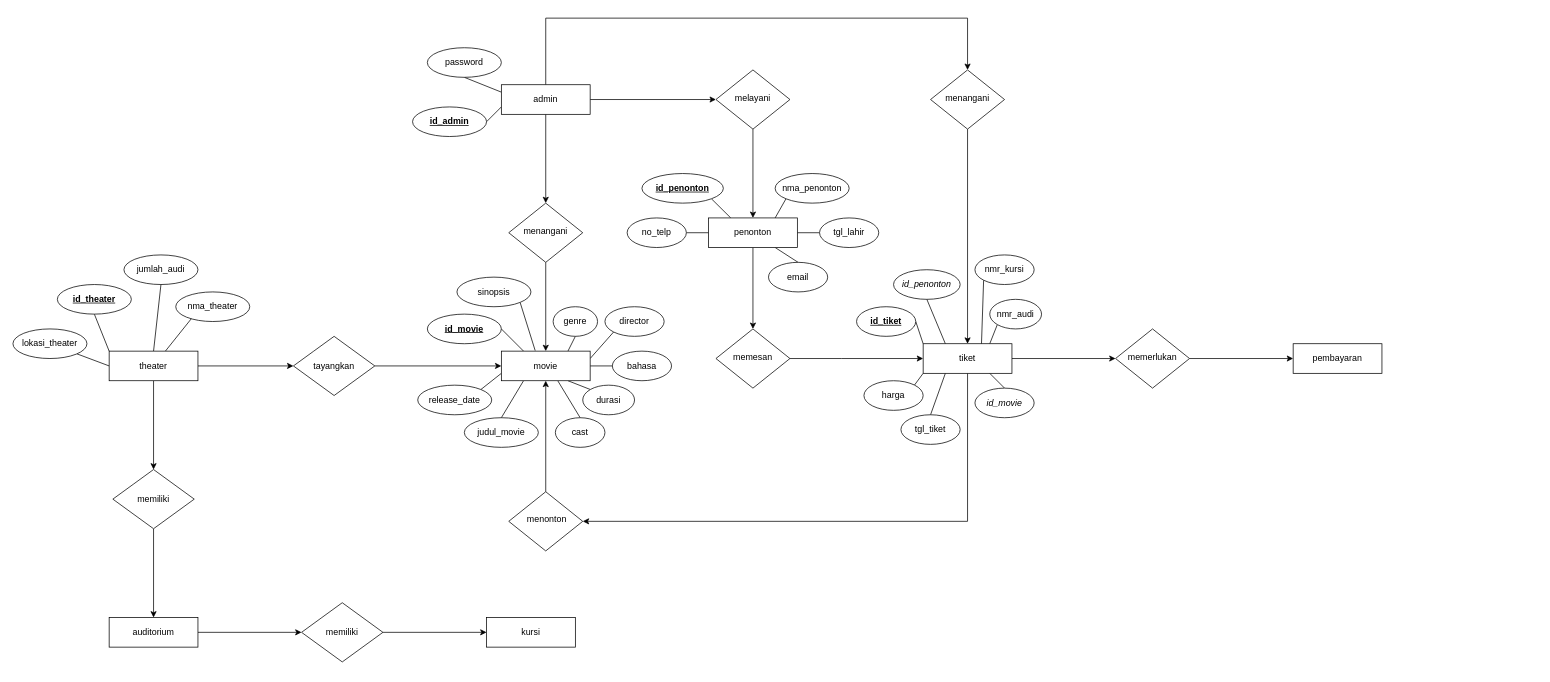
This is movie_erd.drawio from vinnnna/sistem-basis-data, a draw.io file, before an edit. Source tidied: cells renumbered, new cells numbered last; positions are measured from the earlier drawing's top-left corner, leaving out a move shared by most shapes. Both pictures are drawn from the tidied source at 74%, with x=0, y=0 at pixel (13, 18).
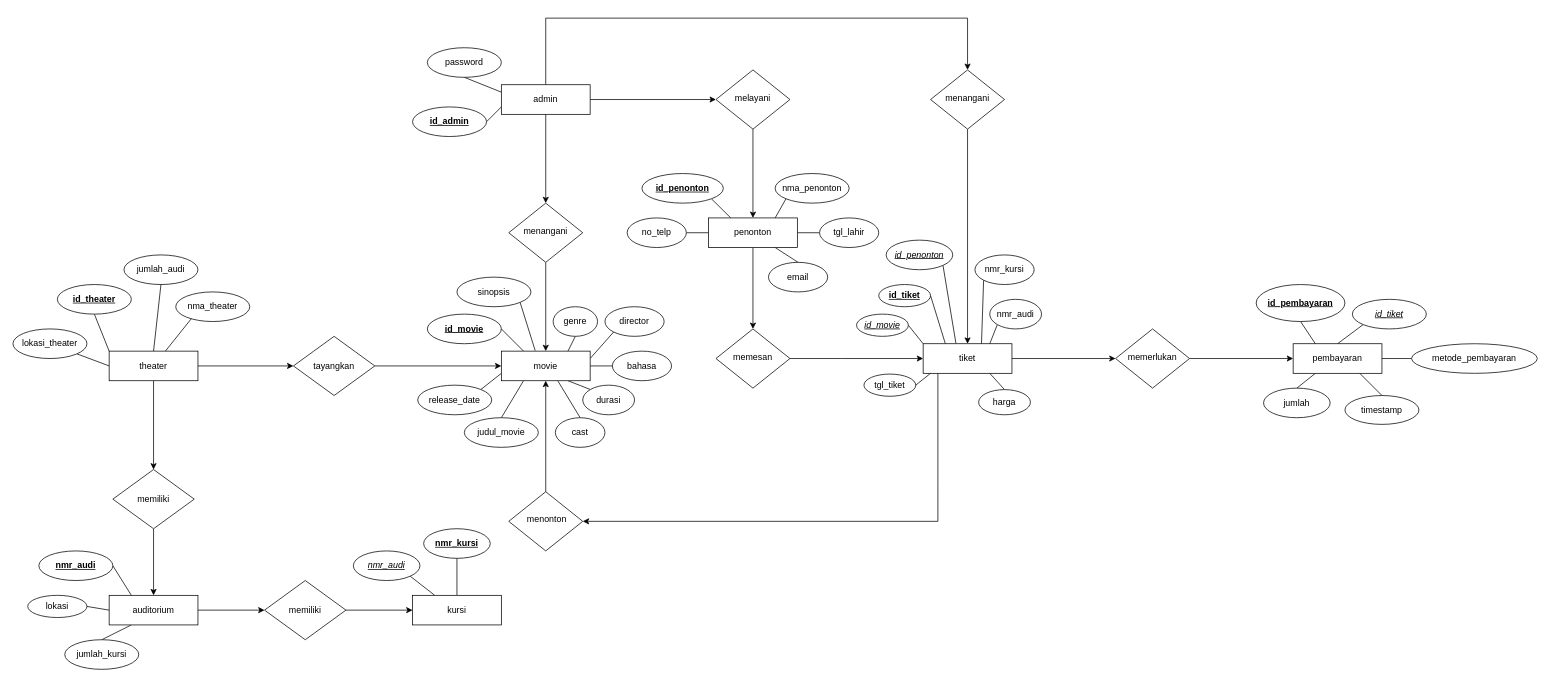
The same page after the edit.

Unchanged cells that the change refers to:
```xml
<mxCell id="38" value="tiket" style="rounded=1;whiteSpace=wrap;html=1;fontSize=12;glass=0;strokeWidth=1;shadow=0;arcSize=0;" parent="1" vertex="1">
  <mxGeometry x="1230" y="440" width="120" height="40" as="geometry" />
</mxCell>
<mxCell id="39" value="pembayaran" style="rounded=1;whiteSpace=wrap;html=1;fontSize=12;glass=0;strokeWidth=1;shadow=0;arcSize=0;" parent="1" vertex="1">
  <mxGeometry x="1730" y="440" width="120" height="40" as="geometry" />
</mxCell>
<mxCell id="43" value="&amp;nbsp;menonton" style="rhombus;whiteSpace=wrap;html=1;shadow=0;fontFamily=Helvetica;fontSize=12;align=center;strokeWidth=1;spacing=6;spacingTop=-4;" parent="1" vertex="1">
  <mxGeometry x="670" y="640" width="100" height="80" as="geometry" />
</mxCell>
```

Diff of the diagram source:
```diff
@@
-    <mxCell id="30" style="edgeStyle=orthogonalEdgeStyle;rounded=0;jettySize=auto;html=1;exitX=0.5;exitY=1;exitDx=0;exitDy=0;entryX=1;entryY=0.5;entryDx=0;entryDy=0;" parent="1" edge="1" source="38" target="43">
+    <mxCell id="30" style="edgeStyle=orthogonalEdgeStyle;rounded=0;jettySize=auto;html=1;exitX=0.166;exitY=0.983;exitDx=0;exitDy=0;entryX=1;entryY=0.5;entryDx=0;entryDy=0;exitPerimeter=0;" parent="1" edge="1" source="38" target="43">
       <mxGeometry relative="1" as="geometry">
         <Array as="points">
-          <mxPoint x="1290" y="680" />
+          <mxPoint x="1250" y="680" />
         </Array>
       </mxGeometry>
     </mxCell>
-    <mxCell id="31" style="rounded=0;jettySize=auto;html=1;exitX=0;exitY=0;exitDx=0;exitDy=0;entryX=1;entryY=0.5;entryDx=0;entryDy=0;endArrow=none;endFill=0;" parent="1" edge="1" source="38" target="74">
+    <mxCell id="31" style="rounded=0;jettySize=auto;html=1;exitX=0.25;exitY=0;exitDx=0;exitDy=0;entryX=1;entryY=0.5;entryDx=0;entryDy=0;endArrow=none;endFill=0;" parent="1" edge="1" source="38" target="74">
       <mxGeometry relative="1" as="geometry" />
     </mxCell>
-    <mxCell id="32" style="rounded=0;jettySize=auto;html=1;exitX=0.25;exitY=0;exitDx=0;exitDy=0;entryX=0.5;entryY=1;entryDx=0;entryDy=0;endArrow=none;endFill=0;" parent="1" edge="1" source="38" target="80">
+    <mxCell id="32" style="rounded=0;jettySize=auto;html=1;exitX=0.369;exitY=-0.017;exitDx=0;exitDy=0;entryX=1;entryY=1;entryDx=0;entryDy=0;endArrow=none;endFill=0;exitPerimeter=0;" parent="1" edge="1" source="38" target="80">
       <mxGeometry relative="1" as="geometry" />
     </mxCell>
@@
-    <mxCell id="36" style="rounded=0;jettySize=auto;html=1;exitX=0.25;exitY=1;exitDx=0;exitDy=0;entryX=0.5;entryY=0;entryDx=0;entryDy=0;endArrow=none;endFill=0;" parent="1" edge="1" source="38" target="82">
+    <mxCell id="36" style="rounded=0;jettySize=auto;html=1;exitX=0.097;exitY=0.967;exitDx=0;exitDy=0;entryX=1;entryY=0.5;entryDx=0;entryDy=0;endArrow=none;endFill=0;exitPerimeter=0;" parent="1" edge="1" source="38" target="82">
       <mxGeometry relative="1" as="geometry" />
     </mxCell>
-    <mxCell id="37" style="rounded=0;jettySize=auto;html=1;exitX=0;exitY=1;exitDx=0;exitDy=0;entryX=1;entryY=0;entryDx=0;entryDy=0;endArrow=none;endFill=0;" parent="1" edge="1" source="38" target="83">
+    <mxCell id="37" style="rounded=0;jettySize=auto;html=1;exitX=0;exitY=0;exitDx=0;exitDy=0;entryX=1;entryY=0.5;entryDx=0;entryDy=0;endArrow=none;endFill=0;" parent="1" edge="1" source="38" target="83">
       <mxGeometry relative="1" as="geometry" />
     </mxCell>
@@
+    <mxCell id="91" style="rounded=0;jettySize=auto;html=1;exitX=0.25;exitY=0;exitDx=0;exitDy=0;entryX=0.5;entryY=1;entryDx=0;entryDy=0;endArrow=none;endFill=0;" parent="1" edge="1" source="39" target="101">
+      <mxGeometry relative="1" as="geometry" />
+    </mxCell>
+    <mxCell id="92" style="rounded=0;jettySize=auto;html=1;exitX=0.5;exitY=0;exitDx=0;exitDy=0;entryX=0;entryY=1;entryDx=0;entryDy=0;endArrow=none;endFill=0;" parent="1" edge="1" source="39" target="104">
+      <mxGeometry relative="1" as="geometry" />
+    </mxCell>
+    <mxCell id="93" style="rounded=0;jettySize=auto;html=1;exitX=1;exitY=0.5;exitDx=0;exitDy=0;entryX=0;entryY=0.5;entryDx=0;entryDy=0;endArrow=none;endFill=0;" parent="1" edge="1" source="39" target="105">
+      <mxGeometry relative="1" as="geometry" />
+    </mxCell>
+    <mxCell id="94" style="rounded=0;jettySize=auto;html=1;exitX=0.75;exitY=1;exitDx=0;exitDy=0;entryX=0.5;entryY=0;entryDx=0;entryDy=0;endArrow=none;endFill=0;" parent="1" edge="1" source="39" target="103">
+      <mxGeometry relative="1" as="geometry" />
+    </mxCell>
+    <mxCell id="95" style="rounded=0;jettySize=auto;html=1;exitX=0.25;exitY=1;exitDx=0;exitDy=0;entryX=0.5;entryY=0;entryDx=0;entryDy=0;endArrow=none;endFill=0;" parent="1" edge="1" source="39" target="102">
+      <mxGeometry relative="1" as="geometry" />
+    </mxCell>
@@
     <mxCell id="74" value="id_tiket" style="ellipse;whiteSpace=wrap;html=1;fontStyle=5;" parent="1" vertex="1">
-      <mxGeometry x="1140" y="390" width="80" height="40" as="geometry" />
+      <mxGeometry x="1170" y="360" width="70" height="30" as="geometry" />
     </mxCell>
@@
-    <mxCell id="80" value="id_penonton" style="ellipse;whiteSpace=wrap;html=1;fontStyle=2;" parent="1" vertex="1">
-      <mxGeometry x="1190" y="340" width="90" height="40" as="geometry" />
+    <mxCell id="80" value="id_penonton" style="ellipse;whiteSpace=wrap;html=1;fontStyle=6;" parent="1" vertex="1">
+      <mxGeometry x="1180" y="300" width="90" height="40" as="geometry" />
     </mxCell>
-    <mxCell id="81" value="id_movie" style="ellipse;whiteSpace=wrap;html=1;fontStyle=2;" parent="1" vertex="1">
-      <mxGeometry x="1300" y="500" width="80" height="40" as="geometry" />
+    <mxCell id="81" value="&lt;span style=&quot;font-style: normal;&quot;&gt;harga&lt;/span&gt;" style="ellipse;whiteSpace=wrap;html=1;fontStyle=2;" parent="1" vertex="1">
+      <mxGeometry x="1305" y="502" width="70" height="34" as="geometry" />
     </mxCell>
     <mxCell id="82" value="tgl_tiket" style="ellipse;whiteSpace=wrap;html=1;" parent="1" vertex="1">
-      <mxGeometry x="1200" y="536" width="80" height="40" as="geometry" />
+      <mxGeometry x="1150" y="481" width="70" height="30" as="geometry" />
     </mxCell>
-    <mxCell id="83" value="harga" style="ellipse;whiteSpace=wrap;html=1;" parent="1" vertex="1">
-      <mxGeometry x="1150" y="490" width="80" height="40" as="geometry" />
+    <mxCell id="83" value="&lt;i&gt;id_movie&lt;/i&gt;" style="ellipse;whiteSpace=wrap;html=1;fontStyle=4;" parent="1" vertex="1">
+      <mxGeometry x="1140" y="400" width="70" height="30" as="geometry" />
     </mxCell>
@@
+    <mxCell id="96" style="rounded=0;jettySize=auto;html=1;exitX=0.25;exitY=0;exitDx=0;exitDy=0;entryX=1;entryY=0.5;entryDx=0;entryDy=0;endArrow=none;endFill=0;" parent="1" edge="1" source="87" target="106">
+      <mxGeometry relative="1" as="geometry" />
+    </mxCell>
+    <mxCell id="97" style="rounded=0;jettySize=auto;html=1;exitX=0;exitY=0.5;exitDx=0;exitDy=0;entryX=1;entryY=0.5;entryDx=0;entryDy=0;endArrow=none;endFill=0;" parent="1" edge="1" source="87" target="107">
+      <mxGeometry relative="1" as="geometry" />
+    </mxCell>
+    <mxCell id="98" style="rounded=0;jettySize=auto;html=1;exitX=0.25;exitY=1;exitDx=0;exitDy=0;entryX=0.5;entryY=0;entryDx=0;entryDy=0;endArrow=none;endFill=0;" parent="1" edge="1" source="87" target="110">
+      <mxGeometry relative="1" as="geometry" />
+    </mxCell>
     <mxCell id="87" value="auditorium" style="rounded=1;whiteSpace=wrap;html=1;fontSize=12;glass=0;strokeWidth=1;shadow=0;arcSize=0;" parent="1" vertex="1">
-      <mxGeometry x="130" y="810" width="120" height="40" as="geometry" />
+      <mxGeometry x="130" y="780" width="120" height="40" as="geometry" />
     </mxCell>
@@
     <mxCell id="89" value="memiliki" style="rhombus;whiteSpace=wrap;html=1;rounded=1;glass=0;strokeWidth=1;shadow=0;arcSize=0;" parent="1" vertex="1">
-      <mxGeometry x="390" y="790" width="110" height="80" as="geometry" />
+      <mxGeometry x="340" y="760" width="110" height="80" as="geometry" />
     </mxCell>
+    <mxCell id="99" style="rounded=0;jettySize=auto;html=1;entryX=0.5;entryY=1;entryDx=0;entryDy=0;endArrow=none;endFill=0;" parent="1" edge="1" source="90" target="109">
+      <mxGeometry relative="1" as="geometry" />
+    </mxCell>
+    <mxCell id="100" style="rounded=0;jettySize=auto;html=1;exitX=0.25;exitY=0;exitDx=0;exitDy=0;entryX=1;entryY=1;entryDx=0;entryDy=0;endArrow=none;endFill=0;" parent="1" edge="1" source="90" target="108">
+      <mxGeometry relative="1" as="geometry" />
+    </mxCell>
     <mxCell id="90" value="kursi" style="rounded=1;whiteSpace=wrap;html=1;fontSize=12;glass=0;strokeWidth=1;shadow=0;arcSize=0;" parent="1" vertex="1">
-      <mxGeometry x="640" y="810" width="120" height="40" as="geometry" />
+      <mxGeometry x="540" y="780" width="120" height="40" as="geometry" />
     </mxCell>
+    <mxCell id="101" value="id_pembayaran" style="ellipse;whiteSpace=wrap;html=1;fontStyle=5;" parent="1" vertex="1">
+      <mxGeometry x="1680" y="360" width="120" height="50" as="geometry" />
+    </mxCell>
+    <mxCell id="102" value="jumlah" style="ellipse;whiteSpace=wrap;html=1;fontStyle=0;" parent="1" vertex="1">
+      <mxGeometry x="1690" y="500" width="90" height="40" as="geometry" />
+    </mxCell>
+    <mxCell id="103" value="timestamp" style="ellipse;whiteSpace=wrap;html=1;fontStyle=0;" parent="1" vertex="1">
+      <mxGeometry x="1800" y="510" width="100" height="39" as="geometry" />
+    </mxCell>
+    <mxCell id="104" value="id_tiket" style="ellipse;whiteSpace=wrap;html=1;fontStyle=6;" parent="1" vertex="1">
+      <mxGeometry x="1810" y="380" width="100" height="40" as="geometry" />
+    </mxCell>
+    <mxCell id="105" value="metode_pembayaran" style="ellipse;whiteSpace=wrap;html=1;fontStyle=0;" parent="1" vertex="1">
+      <mxGeometry x="1890" y="440" width="170" height="40" as="geometry" />
+    </mxCell>
+    <mxCell id="106" value="nmr_audi" style="ellipse;whiteSpace=wrap;html=1;fontStyle=5;" parent="1" vertex="1">
+      <mxGeometry x="35" y="720" width="100" height="40" as="geometry" />
+    </mxCell>
+    <mxCell id="107" value="lokasi" style="ellipse;whiteSpace=wrap;html=1;fontStyle=0;" parent="1" vertex="1">
+      <mxGeometry x="20" y="780" width="80" height="30" as="geometry" />
+    </mxCell>
+    <mxCell id="108" value="&lt;span style=&quot;font-weight: normal;&quot;&gt;&lt;i&gt;nmr_audi&lt;/i&gt;&lt;/span&gt;" style="ellipse;whiteSpace=wrap;html=1;fontStyle=5;" parent="1" vertex="1">
+      <mxGeometry x="460" y="720" width="90" height="40" as="geometry" />
+    </mxCell>
+    <mxCell id="109" value="&lt;span style=&quot;&quot;&gt;&lt;span&gt;nmr_kursi&lt;/span&gt;&lt;/span&gt;" style="ellipse;whiteSpace=wrap;html=1;fontStyle=5;" parent="1" vertex="1">
+      <mxGeometry x="555" y="690" width="90" height="40" as="geometry" />
+    </mxCell>
+    <mxCell id="110" value="jumlah_kursi" style="ellipse;whiteSpace=wrap;html=1;fontStyle=0;" parent="1" vertex="1">
+      <mxGeometry x="70" y="840" width="100" height="40" as="geometry" />
+    </mxCell>
```
